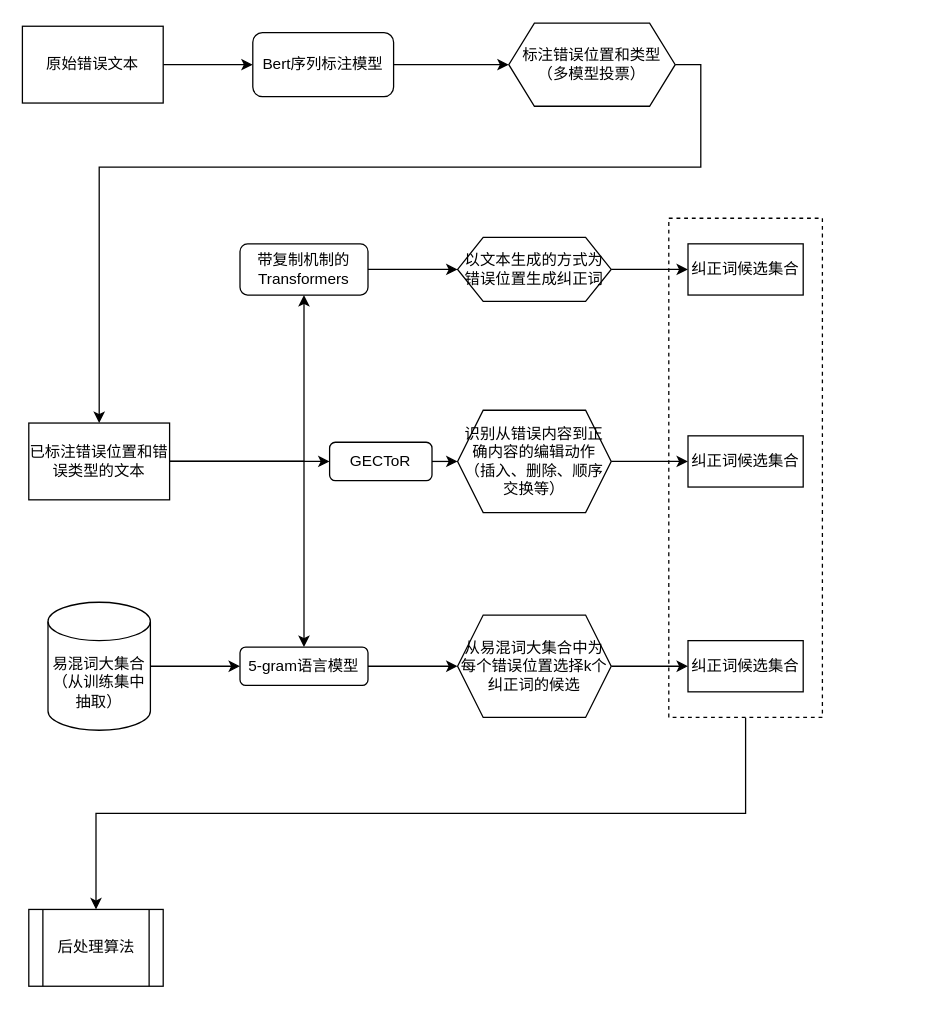
Before: draw/corrector.drawio in GongCQ/draw_io, a draw.io diagram. Source tidied: cells renumbered, new cells numbered last; positions are measured from the earlier drawing's top-left corner, leaving out a move shared by most shapes. Both pictures are drawn from the tidied source at 128%, with x=0, y=0 at pixel (22, 23).
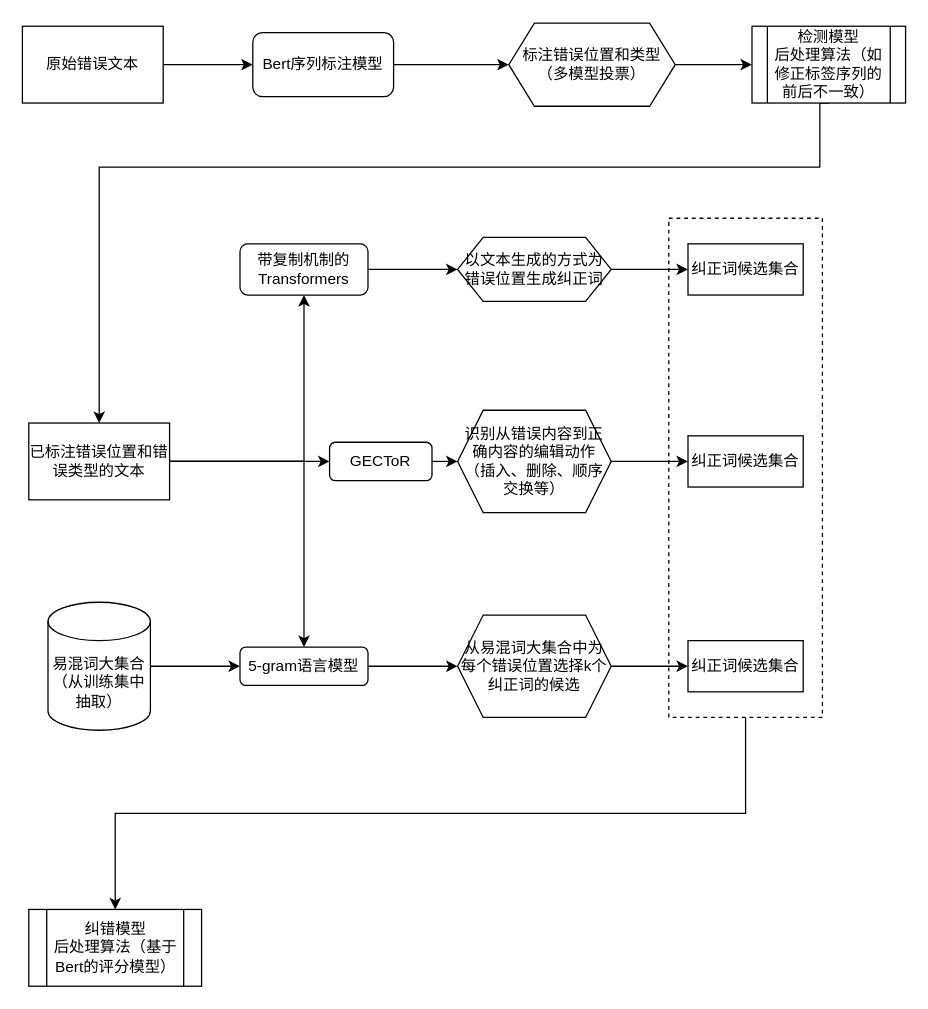
After the change.

The change refers to these unchanged cells:
```xml
<mxCell id="14" value="&lt;span style=&quot;&quot;&gt;已标注错误位置和错误类型的文本&lt;/span&gt;" style="rounded=0;whiteSpace=wrap;html=1;" parent="1" vertex="1">
  <mxGeometry x="5" y="312" width="110" height="60" as="geometry" />
</mxCell>
<mxCell id="20" value="标注错误位置和类型&lt;br&gt;（多模型投票）" style="shape=hexagon;perimeter=hexagonPerimeter2;whiteSpace=wrap;html=1;fixedSize=1;" parent="1" vertex="1">
  <mxGeometry x="380" y="-0.5" width="130" height="65" as="geometry" />
</mxCell>
```

The edit, as a diff of the source:
```diff
@@
-    <mxCell id="19" style="edgeStyle=orthogonalEdgeStyle;rounded=0;jettySize=auto;html=1;exitX=1;exitY=0.5;exitDx=0;exitDy=0;entryX=0.5;entryY=0;entryDx=0;entryDy=0;" parent="1" edge="1" source="20" target="14">
+    <mxCell id="19" style="edgeStyle=orthogonalEdgeStyle;rounded=0;jettySize=auto;html=1;exitX=0.5;exitY=1;exitDx=0;exitDy=0;entryX=0.5;entryY=0;entryDx=0;entryDy=0;" parent="1" edge="1" source="33" target="14">
       <mxGeometry relative="1" as="geometry">
         <Array as="points">
-          <mxPoint x="530" y="32" />
-          <mxPoint x="530" y="112" />
+          <mxPoint x="623" y="112" />
           <mxPoint x="60" y="112" />
         </Array>
       </mxGeometry>
     </mxCell>
+    <mxCell id="32" style="edgeStyle=orthogonalEdgeStyle;rounded=0;jettySize=auto;html=1;exitX=1;exitY=0.5;exitDx=0;exitDy=0;entryX=0;entryY=0.5;entryDx=0;entryDy=0;" parent="1" edge="1" source="20" target="33">
+      <mxGeometry relative="1" as="geometry" />
+    </mxCell>
@@
-    <mxCell id="31" value="后处理算法" style="shape=process;whiteSpace=wrap;html=1;backgroundOutline=1;" parent="1" vertex="1">
-      <mxGeometry x="5" y="692" width="105" height="60" as="geometry" />
+    <mxCell id="31" value="纠错模型&lt;br&gt;后处理算法（基于Bert的评分模型）" style="shape=process;whiteSpace=wrap;html=1;backgroundOutline=1;" parent="1" vertex="1">
+      <mxGeometry x="5" y="692" width="135" height="60" as="geometry" />
     </mxCell>
+    <mxCell id="33" value="检测模型&lt;br&gt;后处理算法（如修正标签序列的前后不一致）" style="shape=process;whiteSpace=wrap;html=1;backgroundOutline=1;" parent="1" vertex="1">
+      <mxGeometry x="570" y="2" width="120" height="60" as="geometry" />
+    </mxCell>
```
